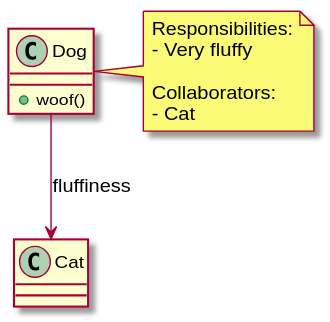
Before: docs/war_docs/doxygen/inline_umlgraph_2.svg, a diagram exported from PlantUML (StrongestNumber9/mvn_01).
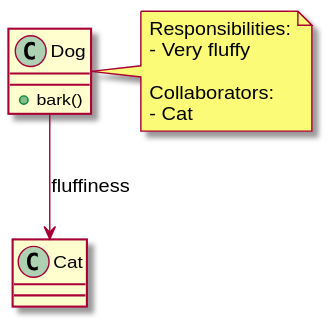
After the change.

Change to the diagram source:
```diff
@@ -1,6 +1,6 @@
 @startuml inline_umlgraph_2.svg
 class Dog {
-  + woof()
+  + bark()
 }
 
 Dog --> Cat : fluffiness
```
